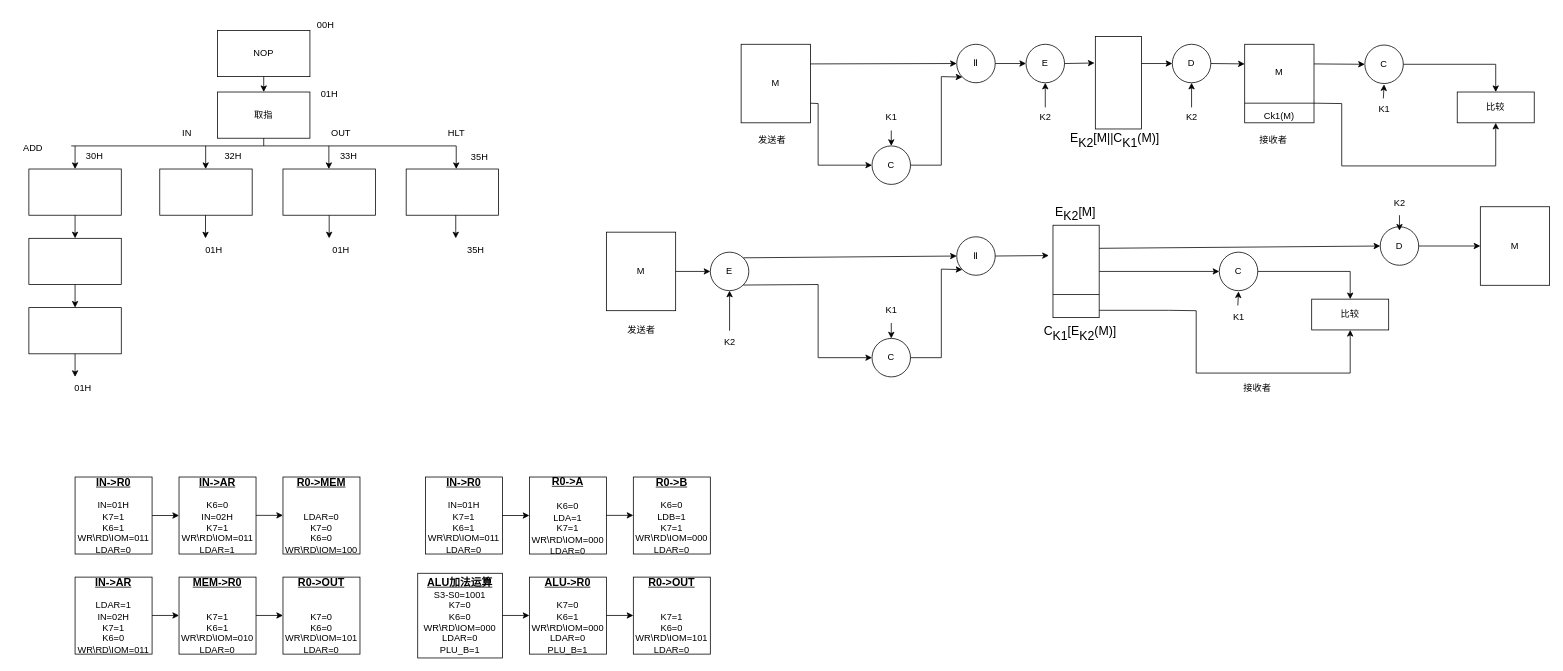
SET025187/EXERCISE001 keeps this draw.io diagram as page "第 2 页" (2 of 2) of 作业1      系统流程图.drawio. Above is the earlier version. Source tidied: cells renumbered, new cells numbered last; positions are measured from the earlier drawing's top-left corner, leaving out a move shared by most shapes. Both pictures are drawn from the tidied source at 77%, with x=0, y=0 at pixel (13, 13).
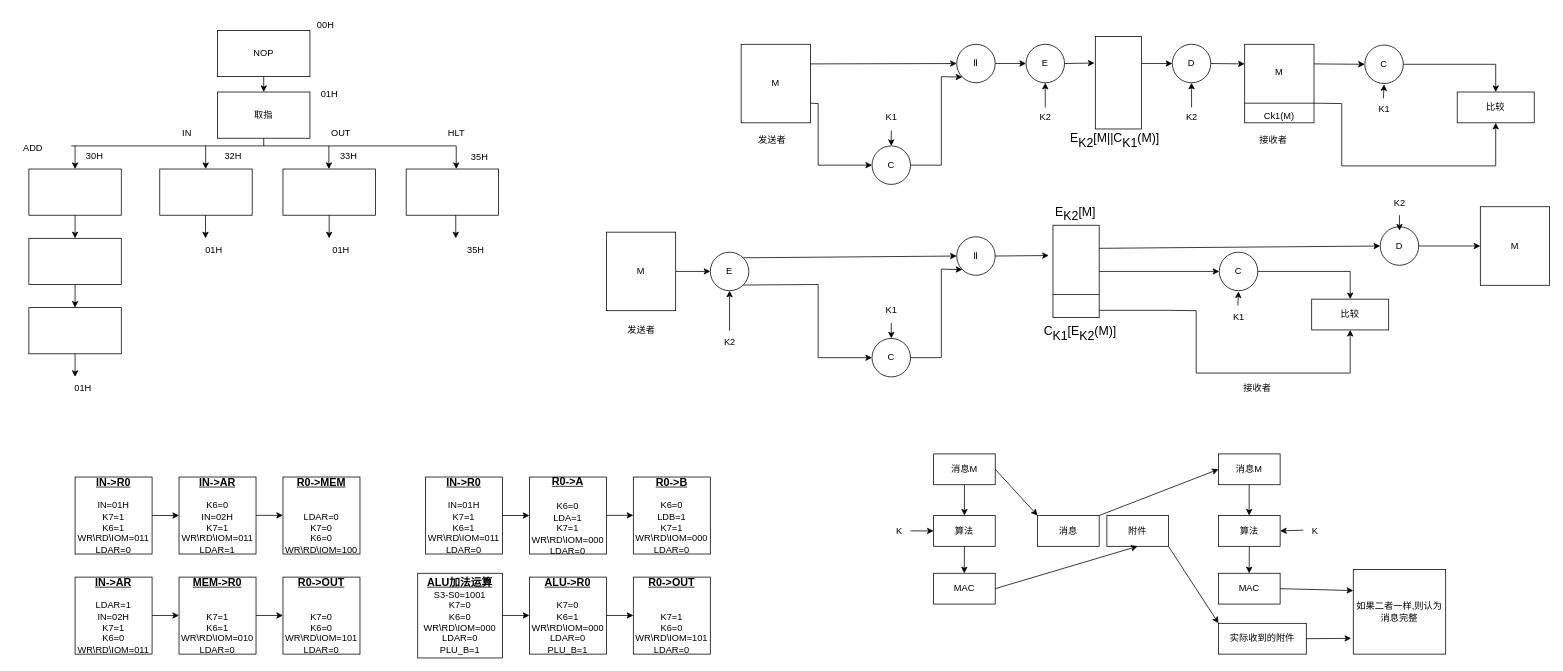
The same page after the edit.

Commit message (it also covers changes not shown here):
更新作业1      系统流程图.drawio

Change to the diagram source:
```diff
@@
+    <mxCell id="121" value="消息M" style="rounded=0;whiteSpace=wrap;html=1;" parent="1" vertex="1">
+      <mxGeometry x="1195" y="572" width="80" height="40" as="geometry" />
+    </mxCell>
+    <mxCell id="122" value="算法" style="rounded=0;whiteSpace=wrap;html=1;" parent="1" vertex="1">
+      <mxGeometry x="1195" y="652" width="80" height="40" as="geometry" />
+    </mxCell>
+    <mxCell id="123" value="MAC" style="rounded=0;whiteSpace=wrap;html=1;" parent="1" vertex="1">
+      <mxGeometry x="1195" y="727" width="80" height="40" as="geometry" />
+    </mxCell>
+    <mxCell id="124" value="消息" style="rounded=0;whiteSpace=wrap;html=1;" parent="1" vertex="1">
+      <mxGeometry x="1330" y="652" width="80" height="40" as="geometry" />
+    </mxCell>
+    <mxCell id="125" value="附件" style="rounded=0;whiteSpace=wrap;html=1;" parent="1" vertex="1">
+      <mxGeometry x="1420" y="652" width="80" height="40" as="geometry" />
+    </mxCell>
+    <mxCell id="126" value="消息M" style="rounded=0;whiteSpace=wrap;html=1;" parent="1" vertex="1">
+      <mxGeometry x="1565" y="572" width="80" height="40" as="geometry" />
+    </mxCell>
+    <mxCell id="127" value="算法" style="rounded=0;whiteSpace=wrap;html=1;" parent="1" vertex="1">
+      <mxGeometry x="1565" y="652" width="80" height="40" as="geometry" />
+    </mxCell>
+    <mxCell id="128" value="MAC" style="rounded=0;whiteSpace=wrap;html=1;" parent="1" vertex="1">
+      <mxGeometry x="1565" y="727" width="80" height="40" as="geometry" />
+    </mxCell>
+    <mxCell id="129" value="实际收到的附件" style="rounded=0;whiteSpace=wrap;html=1;" parent="1" vertex="1">
+      <mxGeometry x="1565" y="792" width="114" height="40" as="geometry" />
+    </mxCell>
+    <mxCell id="130" value="如果二者一样,则认为消息完整" style="rounded=0;whiteSpace=wrap;html=1;" parent="1" vertex="1">
+      <mxGeometry x="1740" y="722" width="120" height="110" as="geometry" />
+    </mxCell>
+    <mxCell id="131" style="endArrow=classic;html=1;rounded=0;entryX=0;entryY=0.5;entryDx=0;entryDy=0;" parent="1" edge="1" target="122">
+      <mxGeometry relative="1" as="geometry">
+        <mxPoint x="1165" y="672" as="sourcePoint" />
+      </mxGeometry>
+    </mxCell>
+    <mxCell id="132" value="K" style="text;html=1;align=center;verticalAlign=middle;strokeColor=none;fillColor=none;" parent="1" vertex="1">
+      <mxGeometry x="1135" y="657" width="30" height="30" as="geometry" />
+    </mxCell>
+    <mxCell id="133" style="endArrow=classic;html=1;rounded=0;entryX=1;entryY=0.5;entryDx=0;entryDy=0;exitX=0.006;exitY=0.467;exitDx=0;exitDy=0;exitPerimeter=0;" parent="1" edge="1" source="134" target="127">
+      <mxGeometry relative="1" as="geometry" />
+    </mxCell>
+    <mxCell id="134" value="K" style="text;html=1;align=center;verticalAlign=middle;points=[];strokeColor=none;fillColor=none;" parent="1" vertex="1">
+      <mxGeometry x="1675" y="657" width="30" height="30" as="geometry" />
+    </mxCell>
+    <mxCell id="135" style="endArrow=classic;html=1;rounded=0;exitX=0.5;exitY=1;exitDx=0;exitDy=0;entryX=0.5;entryY=0;entryDx=0;entryDy=0;" parent="1" edge="1" source="121" target="122">
+      <mxGeometry relative="1" as="geometry" />
+    </mxCell>
+    <mxCell id="136" style="endArrow=classic;html=1;rounded=0;entryX=0.5;entryY=0;entryDx=0;entryDy=0;" parent="1" edge="1">
+      <mxGeometry relative="1" as="geometry">
+        <mxPoint x="1235" y="692" as="sourcePoint" />
+        <mxPoint x="1234.8" y="727" as="targetPoint" />
+      </mxGeometry>
+    </mxCell>
+    <mxCell id="137" style="endArrow=classic;html=1;rounded=0;entryX=0.5;entryY=0;entryDx=0;entryDy=0;" parent="1" edge="1">
+      <mxGeometry relative="1" as="geometry">
+        <mxPoint x="1605" y="692" as="sourcePoint" />
+        <mxPoint x="1604.8" y="727" as="targetPoint" />
+      </mxGeometry>
+    </mxCell>
+    <mxCell id="138" style="endArrow=classic;html=1;rounded=0;exitX=0.5;exitY=1;exitDx=0;exitDy=0;entryX=0.5;entryY=0;entryDx=0;entryDy=0;" parent="1" edge="1">
+      <mxGeometry relative="1" as="geometry">
+        <mxPoint x="1604.8" y="612" as="sourcePoint" />
+        <mxPoint x="1604.8" y="652" as="targetPoint" />
+      </mxGeometry>
+    </mxCell>
+    <mxCell id="139" style="endArrow=classic;html=1;rounded=0;exitX=1;exitY=0.5;exitDx=0;exitDy=0;entryX=0;entryY=0;entryDx=0;entryDy=0;" parent="1" edge="1" source="121" target="124">
+      <mxGeometry relative="1" as="geometry" />
+    </mxCell>
+    <mxCell id="140" style="endArrow=classic;html=1;rounded=0;exitX=1;exitY=0.5;exitDx=0;exitDy=0;entryX=0.5;entryY=1;entryDx=0;entryDy=0;" parent="1" edge="1" source="123" target="125">
+      <mxGeometry relative="1" as="geometry" />
+    </mxCell>
+    <mxCell id="141" style="endArrow=classic;html=1;rounded=0;exitX=1;exitY=1;exitDx=0;exitDy=0;entryX=0;entryY=0;entryDx=0;entryDy=0;" parent="1" edge="1" source="125" target="129">
+      <mxGeometry relative="1" as="geometry" />
+    </mxCell>
+    <mxCell id="142" style="endArrow=classic;html=1;rounded=0;exitX=1;exitY=0;exitDx=0;exitDy=0;entryX=0;entryY=0.5;entryDx=0;entryDy=0;" parent="1" edge="1" source="124" target="126">
+      <mxGeometry relative="1" as="geometry" />
+    </mxCell>
+    <mxCell id="143" style="endArrow=classic;html=1;rounded=0;exitX=1;exitY=0.5;exitDx=0;exitDy=0;entryX=0;entryY=0.25;entryDx=0;entryDy=0;" parent="1" edge="1" source="128" target="130">
+      <mxGeometry relative="1" as="geometry" />
+    </mxCell>
+    <mxCell id="144" style="endArrow=classic;html=1;rounded=0;exitX=1;exitY=0.5;exitDx=0;exitDy=0;entryX=-0.023;entryY=0.814;entryDx=0;entryDy=0;entryPerimeter=0;" parent="1" edge="1" source="129" target="130">
+      <mxGeometry relative="1" as="geometry" />
+    </mxCell>
```
